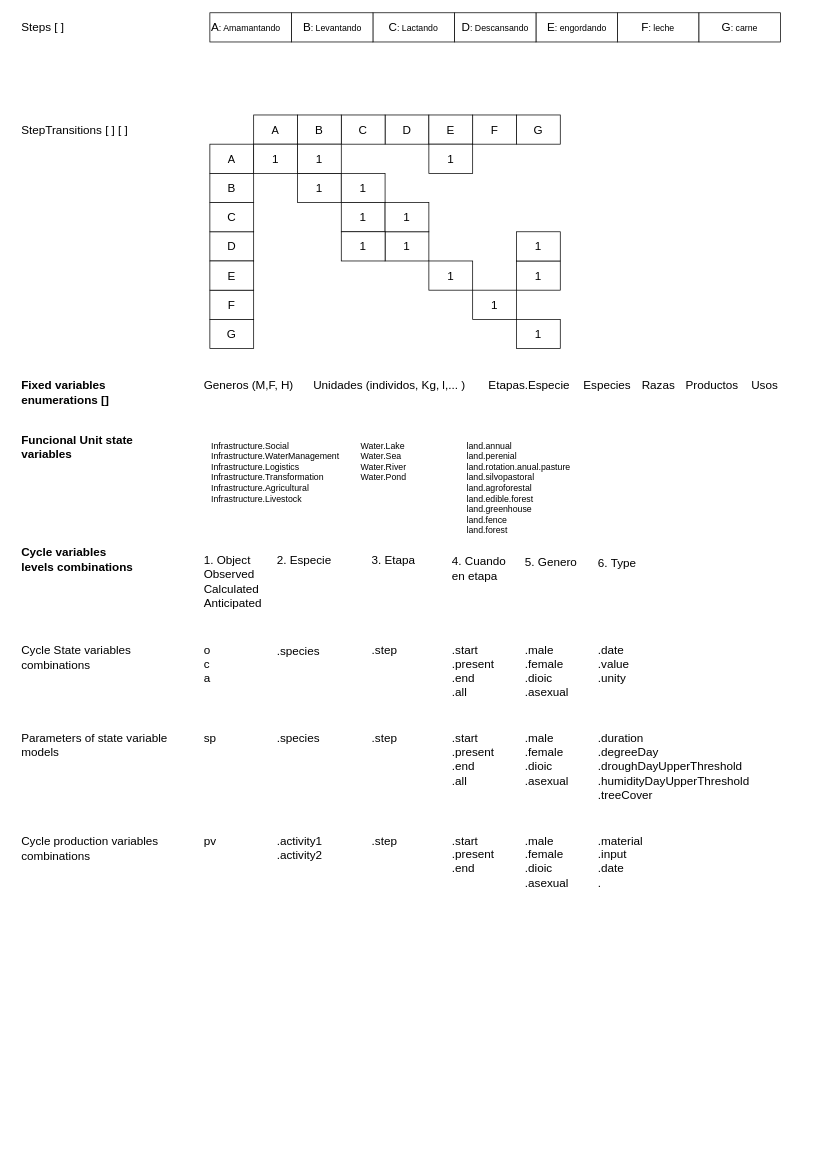
The draw.io diagram page "Genérico" (1 of 2) of CyclesModels.drawio in stdupas/app.agromaker, before the edit. Source tidied: cells renumbered, new cells numbered last; positions are measured from the earlier drawing's top-left corner, leaving out a move shared by most shapes. Both pictures are drawn from the tidied source at 73%, with x=0, y=0 at pixel (20, 12).
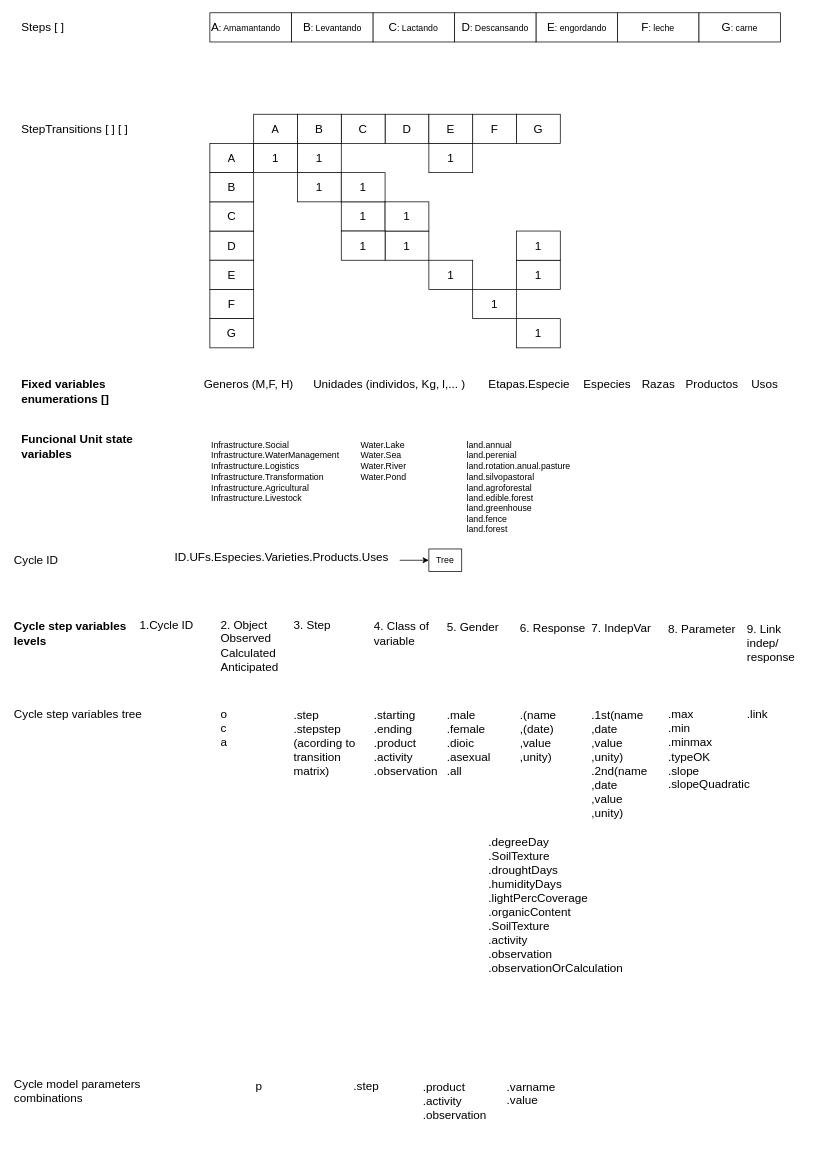
The same diagram, later.

Change to the diagram source:
```diff
@@
     <mxCell id="3" value="StepTransitions [ ] [ ]" style="text;html=1;strokeColor=none;fillColor=none;align=left;verticalAlign=middle;whiteSpace=wrap;rounded=0;fontSize=16;" parent="1" vertex="1">
-      <mxGeometry y="150" width="180" height="20" as="geometry" />
+      <mxGeometry y="149" width="180" height="20" as="geometry" />
     </mxCell>
     <mxCell id="4" value="&lt;div&gt;Fixed variables&lt;/div&gt;&lt;div&gt;enumerations [] &lt;/div&gt;" style="text;html=1;strokeColor=none;fillColor=none;align=left;verticalAlign=middle;whiteSpace=wrap;rounded=0;fontSize=16;fontStyle=1;" parent="1" vertex="1">
-      <mxGeometry y="500" width="200" height="40" as="geometry" />
+      <mxGeometry y="499" width="200" height="40" as="geometry" />
     </mxCell>
     <mxCell id="5" value="Generos (M,F, H)" style="text;html=1;strokeColor=none;fillColor=none;align=left;verticalAlign=middle;whiteSpace=wrap;rounded=0;fontSize=16;" parent="1" vertex="1">
-      <mxGeometry x="250" y="500" width="150" height="20" as="geometry" />
+      <mxGeometry x="250" y="499" width="150" height="20" as="geometry" />
     </mxCell>
     <mxCell id="6" value="Unidades (individos, Kg, l,... )" style="text;html=1;strokeColor=none;fillColor=none;align=left;verticalAlign=middle;whiteSpace=wrap;rounded=0;fontSize=16;" parent="1" vertex="1">
-      <mxGeometry x="400" y="500" width="230" height="20" as="geometry" />
+      <mxGeometry x="400" y="499" width="230" height="20" as="geometry" />
     </mxCell>
-    <mxCell id="7" value="Cycle variables levels combinations" style="text;html=1;strokeColor=none;fillColor=none;align=left;verticalAlign=middle;whiteSpace=wrap;rounded=0;fontSize=16;fontStyle=1;" parent="1" vertex="1">
-      <mxGeometry y="734" width="160" height="30" as="geometry" />
+    <mxCell id="7" value="Cycle step variables levels " style="text;html=1;strokeColor=none;fillColor=none;align=left;verticalAlign=middle;whiteSpace=wrap;rounded=0;fontSize=16;fontStyle=1;" parent="1" vertex="1">
+      <mxGeometry x="-10" y="835" width="160" height="30" as="geometry" />
     </mxCell>
     <mxCell id="8" style="group;" parent="1" vertex="1">
-      <mxGeometry x="260" y="140" width="480" height="320" as="geometry" />
+      <mxGeometry x="260" y="139" width="480" height="320" as="geometry" />
     </mxCell>
@@
     <mxCell id="47" value="&lt;div style=&quot;font-size: 16px;&quot;&gt;o&lt;/div&gt;&lt;div style=&quot;font-size: 16px;&quot;&gt;c&lt;/div&gt;&lt;div style=&quot;font-size: 16px;&quot;&gt;a&lt;br style=&quot;font-size: 16px;&quot;&gt;&lt;/div&gt;" style="text;whiteSpace=wrap;html=1;fontSize=16;verticalAlign=top;" parent="1" vertex="1">
-      <mxGeometry x="250" y="857" width="100" height="90" as="geometry" />
+      <mxGeometry x="272.8" y="945" width="100" height="90" as="geometry" />
     </mxCell>
-    <mxCell id="48" value=".step" style="text;whiteSpace=wrap;html=1;fontSize=16;verticalAlign=top;" parent="1" vertex="1">
-      <mxGeometry x="480" y="857" width="100" height="90" as="geometry" />
+    <mxCell id="48" value="&lt;div&gt;.step&lt;/div&gt;&lt;div&gt;.stepstep (acording to transition matrix)&lt;br&gt;&lt;/div&gt;" style="text;whiteSpace=wrap;html=1;fontSize=16;verticalAlign=top;" parent="1" vertex="1">
+      <mxGeometry x="372.8" y="946" width="100" height="90" as="geometry" />
     </mxCell>
-    <mxCell id="49" value="&lt;div&gt;.start&lt;/div&gt;&lt;div&gt;.present&lt;/div&gt;&lt;div&gt;.end&lt;/div&gt;&lt;div&gt;.all&lt;br&gt;&lt;/div&gt;" style="text;whiteSpace=wrap;html=1;fontSize=16;verticalAlign=top;" parent="1" vertex="1">
-      <mxGeometry x="590" y="857" width="100" height="90" as="geometry" />
+    <mxCell id="49" value="&lt;div&gt;.starting&lt;/div&gt;.ending&lt;div&gt;.product&lt;/div&gt;&lt;div&gt;.activity&lt;/div&gt;&lt;div&gt;.observation&lt;/div&gt;" style="text;whiteSpace=wrap;html=1;fontSize=16;verticalAlign=top;" parent="1" vertex="1">
+      <mxGeometry x="482.8" y="946" width="100" height="113" as="geometry" />
     </mxCell>
-    <mxCell id="50" value="&lt;div&gt;.male&lt;/div&gt;&lt;div&gt;.female&lt;br&gt;&lt;/div&gt;&lt;div&gt;.dioic&lt;/div&gt;&lt;div&gt;.asexual&lt;br&gt;&lt;/div&gt;" style="text;whiteSpace=wrap;html=1;fontSize=16;verticalAlign=top;" parent="1" vertex="1">
-      <mxGeometry x="690" y="857" width="100" height="80" as="geometry" />
+    <mxCell id="50" value="&lt;div&gt;.male&lt;/div&gt;&lt;div&gt;.female&lt;br&gt;&lt;/div&gt;&lt;div&gt;.dioic&lt;/div&gt;&lt;div&gt;.asexual&lt;/div&gt;&lt;div&gt;.all&lt;br&gt;&lt;/div&gt;" style="text;whiteSpace=wrap;html=1;fontSize=16;verticalAlign=top;" parent="1" vertex="1">
+      <mxGeometry x="582.8" y="946" width="100" height="80" as="geometry" />
     </mxCell>
-    <mxCell id="51" value="&lt;div&gt;.date&lt;/div&gt;&lt;div&gt;.value&lt;/div&gt;&lt;div&gt;.unity&lt;br&gt;&lt;/div&gt;" style="text;whiteSpace=wrap;html=1;fontSize=16;verticalAlign=top;" parent="1" vertex="1">
-      <mxGeometry x="790" y="857" width="100" height="80" as="geometry" />
+    <mxCell id="51" value="&lt;div&gt;.(name&lt;br&gt;&lt;/div&gt;&lt;div&gt;,(date)&lt;/div&gt;&lt;div&gt;,value&lt;/div&gt;&lt;div&gt;,unity)&lt;br&gt;&lt;/div&gt;" style="text;whiteSpace=wrap;html=1;fontSize=16;verticalAlign=top;" parent="1" vertex="1">
+      <mxGeometry x="682.8" y="946" width="100" height="80" as="geometry" />
     </mxCell>
-    <mxCell id="52" value="Cycle State variables combinations" style="text;html=1;strokeColor=none;fillColor=none;align=left;verticalAlign=middle;whiteSpace=wrap;rounded=0;fontSize=16;" parent="1" vertex="1">
-      <mxGeometry y="868" width="220" height="30" as="geometry" />
+    <mxCell id="52" value="Cycle step variables tree" style="text;html=1;strokeColor=none;fillColor=none;align=left;verticalAlign=middle;whiteSpace=wrap;rounded=0;fontSize=16;" parent="1" vertex="1">
+      <mxGeometry x="-10" y="946" width="220" height="30" as="geometry" />
     </mxCell>
-    <mxCell id="53" value="Parameters of state variable models" style="text;html=1;strokeColor=none;fillColor=none;align=left;verticalAlign=middle;whiteSpace=wrap;rounded=0;fontSize=16;" parent="1" vertex="1">
-      <mxGeometry y="988" width="220" height="30" as="geometry" />
-    </mxCell>
-    <mxCell id="54" value="sp" style="text;whiteSpace=wrap;html=1;fontSize=16;verticalAlign=top;" parent="1" vertex="1">
-      <mxGeometry x="250" y="978" width="60" height="60" as="geometry" />
-    </mxCell>
-    <mxCell id="55" value=".step" style="text;whiteSpace=wrap;html=1;fontSize=16;verticalAlign=top;" parent="1" vertex="1">
-      <mxGeometry x="480" y="978" width="100" height="90" as="geometry" />
-    </mxCell>
-    <mxCell id="56" value="&lt;div&gt;.start&lt;/div&gt;&lt;div&gt;.present&lt;/div&gt;&lt;div&gt;.end&lt;/div&gt;&lt;div&gt;.all&lt;br&gt;&lt;/div&gt;" style="text;whiteSpace=wrap;html=1;fontSize=16;verticalAlign=top;" parent="1" vertex="1">
-      <mxGeometry x="590" y="978" width="100" height="90" as="geometry" />
-    </mxCell>
-    <mxCell id="57" value="&lt;div&gt;.male&lt;/div&gt;&lt;div&gt;.female&lt;br&gt;&lt;/div&gt;&lt;div&gt;.dioic&lt;/div&gt;&lt;div&gt;.asexual&lt;br&gt;&lt;/div&gt;" style="text;whiteSpace=wrap;html=1;fontSize=16;verticalAlign=top;" parent="1" vertex="1">
-      <mxGeometry x="690" y="978" width="100" height="80" as="geometry" />
-    </mxCell>
-    <mxCell id="58" value="&lt;div&gt;.duration&lt;/div&gt;&lt;div&gt;.degreeDay&lt;/div&gt;&lt;div&gt;.droughDayUpperThreshold&lt;/div&gt;&lt;div&gt;.humidityDayUpperThreshold&lt;/div&gt;&lt;div&gt;.treeCover&lt;br&gt;&lt;/div&gt;" style="text;whiteSpace=wrap;html=1;fontSize=16;verticalAlign=top;" parent="1" vertex="1">
-      <mxGeometry x="790" y="978" width="100" height="80" as="geometry" />
+    <mxCell id="58" value="&lt;div&gt;.max&lt;/div&gt;&lt;div&gt;.min&lt;/div&gt;&lt;div&gt;.minmax&lt;/div&gt;.typeOK&lt;br&gt;&lt;div&gt;&lt;div&gt;.slope&lt;/div&gt;&lt;div&gt;.slopeQuadratic&lt;br&gt;&lt;/div&gt;&lt;/div&gt;" style="text;whiteSpace=wrap;html=1;fontSize=16;verticalAlign=top;" parent="1" vertex="1">
+      <mxGeometry x="885.8" y="945" width="90" height="155.5" as="geometry" />
     </mxCell>
-    <mxCell id="59" value="Cycle production variables combinations" style="text;html=1;strokeColor=none;fillColor=none;align=left;verticalAlign=middle;whiteSpace=wrap;rounded=0;fontSize=16;" parent="1" vertex="1">
-      <mxGeometry y="1130" width="220" height="30" as="geometry" />
-    </mxCell>
-    <mxCell id="60" value="pv" style="text;whiteSpace=wrap;html=1;fontSize=16;verticalAlign=top;" parent="1" vertex="1">
-      <mxGeometry x="250" y="1119" width="100" height="90" as="geometry" />
-    </mxCell>
-    <mxCell id="61" value=".step" style="text;whiteSpace=wrap;html=1;fontSize=16;verticalAlign=top;" parent="1" vertex="1">
-      <mxGeometry x="480" y="1118" width="100" height="90" as="geometry" />
-    </mxCell>
-    <mxCell id="62" value="&lt;div&gt;.start&lt;/div&gt;&lt;div&gt;.present&lt;/div&gt;&lt;div&gt;.end&lt;br&gt;&lt;/div&gt;" style="text;whiteSpace=wrap;html=1;fontSize=16;verticalAlign=top;" parent="1" vertex="1">
-      <mxGeometry x="590" y="1118" width="100" height="90" as="geometry" />
-    </mxCell>
-    <mxCell id="63" value="&lt;div&gt;.male&lt;/div&gt;&lt;div&gt;.female&lt;br&gt;&lt;/div&gt;&lt;div&gt;.dioic&lt;/div&gt;&lt;div&gt;.asexual&lt;br&gt;&lt;/div&gt;" style="text;whiteSpace=wrap;html=1;fontSize=16;verticalAlign=top;" parent="1" vertex="1">
-      <mxGeometry x="690" y="1118" width="100" height="80" as="geometry" />
-    </mxCell>
-    <mxCell id="64" value="&lt;div&gt;.material&lt;/div&gt;&lt;div&gt;.input&lt;/div&gt;&lt;div&gt;.date&lt;/div&gt;&lt;div&gt;.&lt;br&gt;&lt;/div&gt;" style="text;whiteSpace=wrap;html=1;fontSize=16;verticalAlign=top;" parent="1" vertex="1">
-      <mxGeometry x="790" y="1118" width="100" height="80" as="geometry" />
-    </mxCell>
     <mxCell id="65" value="Etapas.Especie" style="text;html=1;strokeColor=none;fillColor=none;align=left;verticalAlign=middle;whiteSpace=wrap;rounded=0;fontSize=16;" parent="1" vertex="1">
-      <mxGeometry x="640" y="500" width="100" height="20" as="geometry" />
+      <mxGeometry x="640" y="499" width="120" height="20" as="geometry" />
     </mxCell>
     <mxCell id="66" value="Especies" style="text;html=1;strokeColor=none;fillColor=none;align=left;verticalAlign=middle;whiteSpace=wrap;rounded=0;fontSize=16;" parent="1" vertex="1">
-      <mxGeometry x="770" y="500" width="100" height="20" as="geometry" />
+      <mxGeometry x="770" y="499" width="100" height="20" as="geometry" />
     </mxCell>
-    <mxCell id="67" value="2. Especie" style="text;html=1;strokeColor=none;fillColor=none;align=left;verticalAlign=middle;whiteSpace=wrap;rounded=0;fontSize=16;" parent="1" vertex="1">
-      <mxGeometry x="350" y="730" width="100" height="38" as="geometry" />
-    </mxCell>
-    <mxCell id="68" value=".species" style="text;whiteSpace=wrap;html=1;fontSize=16;verticalAlign=top;" parent="1" vertex="1">
-      <mxGeometry x="350" y="858" width="100" height="99" as="geometry" />
-    </mxCell>
-    <mxCell id="69" value=".species" style="text;whiteSpace=wrap;html=1;fontSize=16;verticalAlign=top;" parent="1" vertex="1">
-      <mxGeometry x="350" y="978" width="100" height="90" as="geometry" />
-    </mxCell>
-    <mxCell id="70" value="&lt;div&gt;.activity1&lt;/div&gt;&lt;div&gt;.activity2&lt;br&gt;&lt;/div&gt;" style="text;whiteSpace=wrap;html=1;fontSize=16;verticalAlign=top;" parent="1" vertex="1">
-      <mxGeometry x="350" y="1119" width="100" height="90" as="geometry" />
-    </mxCell>
     <mxCell id="71" value="Razas" style="text;html=1;strokeColor=none;fillColor=none;align=left;verticalAlign=middle;whiteSpace=wrap;rounded=0;fontSize=16;" parent="1" vertex="1">
-      <mxGeometry x="850" y="500" width="100" height="20" as="geometry" />
+      <mxGeometry x="850" y="499" width="100" height="20" as="geometry" />
     </mxCell>
     <mxCell id="72" value="Productos" style="text;html=1;strokeColor=none;fillColor=none;align=left;verticalAlign=middle;whiteSpace=wrap;rounded=0;fontSize=16;" parent="1" vertex="1">
-      <mxGeometry x="910" y="500" width="100" height="20" as="geometry" />
+      <mxGeometry x="910" y="499" width="100" height="20" as="geometry" />
     </mxCell>
     <mxCell id="73" value="Usos" style="text;html=1;strokeColor=none;fillColor=none;align=left;verticalAlign=middle;whiteSpace=wrap;rounded=0;fontSize=16;" parent="1" vertex="1">
-      <mxGeometry x="1000" y="500" width="70" height="20" as="geometry" />
+      <mxGeometry x="1000" y="499" width="70" height="20" as="geometry" />
     </mxCell>
     <mxCell id="74" value="Funcional Unit state variables" style="text;html=1;strokeColor=none;fillColor=none;align=left;verticalAlign=middle;whiteSpace=wrap;rounded=0;fontSize=16;fontStyle=1;" parent="1" vertex="1">
-      <mxGeometry y="580" width="220" height="30" as="geometry" />
+      <mxGeometry y="579" width="220" height="30" as="geometry" />
     </mxCell>
     <mxCell id="75" value="&lt;div&gt;Infrastructure.Social &lt;br&gt;&lt;/div&gt;&lt;div&gt;Infrastructure.WaterManagement &lt;br&gt;&lt;/div&gt;&lt;div&gt;Infrastructure.Logistics &lt;br&gt;&lt;/div&gt;&lt;div&gt;Infrastructure.Transformation &lt;br&gt;&lt;/div&gt;&lt;div&gt;Infrastructure.Agricultural &lt;br&gt;&lt;/div&gt;&lt;div&gt;Infrastructure.Livestock&lt;/div&gt;" style="text;whiteSpace=wrap;html=1;" parent="1" vertex="1">
-      <mxGeometry x="260" y="580" width="120" height="110" as="geometry" />
+      <mxGeometry x="260" y="579" width="120" height="110" as="geometry" />
     </mxCell>
     <mxCell id="76" value="&lt;div&gt;Water.Lake &lt;br&gt;&lt;/div&gt;Water.Sea&lt;div&gt;Water.River&lt;/div&gt;&lt;div&gt;Water.Pond&lt;/div&gt;" style="text;whiteSpace=wrap;html=1;" parent="1" vertex="1">
-      <mxGeometry x="465" y="580" width="120" height="110" as="geometry" />
+      <mxGeometry x="465" y="579" width="120" height="110" as="geometry" />
     </mxCell>
     <mxCell id="77" value="&lt;div&gt;land.annual&lt;/div&gt;&lt;div&gt;land.perenial&lt;div&gt;land.rotation.anual.pasture&lt;/div&gt;&lt;div&gt;land.silvopastoral&lt;/div&gt;land.agroforestal&lt;/div&gt;&lt;div&gt;land.edible.forest&lt;div&gt;land.greenhouse&lt;/div&gt;&lt;div&gt;land.fence&lt;/div&gt;&lt;div&gt;land.forest&lt;/div&gt;&lt;div&gt;&lt;br&gt;&lt;div&gt;&lt;br&gt;&lt;br&gt;&lt;/div&gt;&lt;/div&gt;&lt;div&gt;&lt;br&gt;&lt;br&gt;&lt;/div&gt;&lt;br&gt;&lt;br&gt;&lt;/div&gt;" style="text;whiteSpace=wrap;html=1;" parent="1" vertex="1">
-      <mxGeometry x="610" y="580" width="120" height="110" as="geometry" />
+      <mxGeometry x="610" y="579" width="120" height="110" as="geometry" />
     </mxCell>
-    <mxCell id="78" value="1. Object&lt;div&gt;&lt;div style=&quot;font-size: 16px;&quot;&gt;Observed&lt;/div&gt;&lt;div style=&quot;font-size: 16px;&quot;&gt;Calculated&lt;/div&gt;Anticipated&lt;/div&gt;" style="text;html=1;strokeColor=none;fillColor=none;align=left;verticalAlign=middle;whiteSpace=wrap;rounded=0;fontSize=16;" parent="1" vertex="1">
-      <mxGeometry x="250" y="738" width="100" height="82" as="geometry" />
+    <mxCell id="78" value="2. Object&lt;div&gt;&lt;div style=&quot;font-size: 16px;&quot;&gt;Observed&lt;/div&gt;&lt;div style=&quot;font-size: 16px;&quot;&gt;Calculated&lt;/div&gt;Anticipated&lt;/div&gt;" style="text;html=1;strokeColor=none;fillColor=none;align=left;verticalAlign=middle;whiteSpace=wrap;rounded=0;fontSize=16;" parent="1" vertex="1">
+      <mxGeometry x="272.8" y="826" width="100" height="82" as="geometry" />
     </mxCell>
-    <mxCell id="79" value="3. Etapa" style="text;html=1;strokeColor=none;fillColor=none;align=left;verticalAlign=middle;whiteSpace=wrap;rounded=0;fontSize=16;" parent="1" vertex="1">
-      <mxGeometry x="480" y="730" width="100" height="38" as="geometry" />
+    <mxCell id="79" value="3. Step" style="text;html=1;strokeColor=none;fillColor=none;align=left;verticalAlign=middle;whiteSpace=wrap;rounded=0;fontSize=16;" parent="1" vertex="1">
+      <mxGeometry x="372.8" y="819" width="100" height="38" as="geometry" />
     </mxCell>
-    <mxCell id="80" value="4. Cuando en etapa" style="text;html=1;strokeColor=none;fillColor=none;align=left;verticalAlign=middle;whiteSpace=wrap;rounded=0;fontSize=16;" parent="1" vertex="1">
-      <mxGeometry x="590" y="730" width="85" height="62" as="geometry" />
+    <mxCell id="80" value="4. Class of variable" style="text;html=1;strokeColor=none;fillColor=none;align=left;verticalAlign=middle;whiteSpace=wrap;rounded=0;fontSize=16;" parent="1" vertex="1">
+      <mxGeometry x="482.8" y="819" width="85" height="62" as="geometry" />
     </mxCell>
-    <mxCell id="81" value="5. Genero" style="text;html=1;strokeColor=none;fillColor=none;align=left;verticalAlign=middle;whiteSpace=wrap;rounded=0;fontSize=16;" parent="1" vertex="1">
-      <mxGeometry x="690" y="734" width="100" height="38" as="geometry" />
+    <mxCell id="81" value="5. Gender" style="text;html=1;strokeColor=none;fillColor=none;align=left;verticalAlign=middle;whiteSpace=wrap;rounded=0;fontSize=16;" parent="1" vertex="1">
+      <mxGeometry x="582.8" y="823" width="100" height="38" as="geometry" />
     </mxCell>
-    <mxCell id="82" value="6. Type " style="text;html=1;strokeColor=none;fillColor=none;align=left;verticalAlign=middle;whiteSpace=wrap;rounded=0;fontSize=16;" parent="1" vertex="1">
-      <mxGeometry x="790" y="738" width="100" height="32" as="geometry" />
+    <mxCell id="82" value="6. Response " style="text;html=1;strokeColor=none;fillColor=none;align=left;verticalAlign=middle;whiteSpace=wrap;rounded=0;fontSize=16;" parent="1" vertex="1">
+      <mxGeometry x="682.8" y="827" width="100" height="32" as="geometry" />
     </mxCell>
+    <mxCell id="83" value="Cycle ID" style="text;html=1;strokeColor=none;fillColor=none;align=left;verticalAlign=middle;whiteSpace=wrap;rounded=0;fontSize=16;" parent="1" vertex="1">
+      <mxGeometry x="-10" y="709" width="100" height="82" as="geometry" />
+    </mxCell>
+    <mxCell id="84" style="edgeStyle=orthogonalEdgeStyle;rounded=0;jettySize=auto;html=1;" parent="1" edge="1" source="85" target="86">
+      <mxGeometry relative="1" as="geometry" />
+    </mxCell>
+    <mxCell id="85" value="&lt;div style=&quot;font-size: 16px;&quot;&gt;ID.UFs.Especies.Varieties.Products.Uses&lt;br style=&quot;font-size: 16px;&quot;&gt;&lt;/div&gt;" style="text;whiteSpace=wrap;html=1;fontSize=16;verticalAlign=top;" parent="1" vertex="1">
+      <mxGeometry x="210" y="730" width="310" height="40" as="geometry" />
+    </mxCell>
+    <mxCell id="86" value="Tree" style="whiteSpace=wrap;html=1;" parent="1" vertex="1">
+      <mxGeometry x="560" y="734.5" width="45" height="31" as="geometry" />
+    </mxCell>
+    <mxCell id="87" value="1.Cycle ID" style="text;html=1;strokeColor=none;fillColor=none;align=left;verticalAlign=middle;whiteSpace=wrap;rounded=0;fontSize=16;" parent="1" vertex="1">
+      <mxGeometry x="162" y="797" width="100" height="82" as="geometry" />
+    </mxCell>
+    <mxCell id="88" value="Cycle model parameters combinations" style="text;html=1;strokeColor=none;fillColor=none;align=left;verticalAlign=middle;whiteSpace=wrap;rounded=0;fontSize=16;" parent="1" vertex="1">
+      <mxGeometry x="-10" y="1462" width="220" height="30" as="geometry" />
+    </mxCell>
+    <mxCell id="89" value="p" style="text;whiteSpace=wrap;html=1;fontSize=16;verticalAlign=top;" parent="1" vertex="1">
+      <mxGeometry x="320.8" y="1453.5" width="100" height="90" as="geometry" />
+    </mxCell>
+    <mxCell id="90" value=".step" style="text;whiteSpace=wrap;html=1;fontSize=16;verticalAlign=top;" parent="1" vertex="1">
+      <mxGeometry x="455" y="1453.5" width="100" height="90" as="geometry" />
+    </mxCell>
+    <mxCell id="91" value=".link " style="text;whiteSpace=wrap;html=1;fontSize=16;verticalAlign=top;" parent="1" vertex="1">
+      <mxGeometry x="993.8" y="945" width="60" height="52.5" as="geometry" />
+    </mxCell>
+    <mxCell id="92" value="&lt;div&gt;.varname&lt;/div&gt;&lt;div&gt;.value&lt;br&gt;&lt;/div&gt;" style="text;whiteSpace=wrap;html=1;fontSize=16;verticalAlign=top;" parent="1" vertex="1">
+      <mxGeometry x="665" y="1454.5" width="100" height="90" as="geometry" />
+    </mxCell>
+    <mxCell id="93" value="&lt;div&gt;.product&lt;/div&gt;&lt;div&gt;.activity&lt;/div&gt;&lt;div&gt;.observation&lt;/div&gt;" style="text;whiteSpace=wrap;html=1;fontSize=16;verticalAlign=top;" parent="1" vertex="1">
+      <mxGeometry x="550" y="1456" width="100" height="90" as="geometry" />
+    </mxCell>
+    <mxCell id="94" value="7. IndepVar" style="text;html=1;strokeColor=none;fillColor=none;align=left;verticalAlign=middle;whiteSpace=wrap;rounded=0;fontSize=16;" parent="1" vertex="1">
+      <mxGeometry x="780.8" y="827" width="100" height="32" as="geometry" />
+    </mxCell>
+    <mxCell id="95" value="8. Parameter " style="text;html=1;strokeColor=none;fillColor=none;align=left;verticalAlign=middle;whiteSpace=wrap;rounded=0;fontSize=16;" parent="1" vertex="1">
+      <mxGeometry x="885.8" y="827.5" width="100" height="32" as="geometry" />
+    </mxCell>
+    <mxCell id="96" value="&lt;div&gt;.degreeDay&lt;br&gt;&lt;/div&gt;&lt;div&gt;.SoilTexture&lt;/div&gt;&lt;div&gt;.droughtDays&lt;/div&gt;&lt;div&gt;.humidityDays&lt;/div&gt;&lt;div&gt;.lightPercCoverage&lt;/div&gt;&lt;div&gt;.organicContent&lt;/div&gt;&lt;div&gt;&lt;div&gt;.SoilTexture&lt;/div&gt;&lt;div&gt;.activity&lt;/div&gt;&lt;div&gt;.observation&lt;/div&gt;&lt;div&gt;.observationOrCalculation&lt;br&gt;&lt;/div&gt;&lt;/div&gt;" style="text;whiteSpace=wrap;html=1;fontSize=16;verticalAlign=top;" parent="1" vertex="1">
+      <mxGeometry x="640" y="1120" width="87" height="155.5" as="geometry" />
+    </mxCell>
+    <mxCell id="97" value="9. Link &lt;br&gt;indep/ response" style="text;html=1;strokeColor=none;fillColor=none;align=left;verticalAlign=middle;whiteSpace=wrap;rounded=0;fontSize=16;" parent="1" vertex="1">
+      <mxGeometry x="993.8" y="847" width="64.2" height="32" as="geometry" />
+    </mxCell>
+    <mxCell id="98" value="&lt;div&gt;.1st(name&lt;br&gt;&lt;/div&gt;&lt;div&gt;,date&lt;/div&gt;&lt;div&gt;,value&lt;/div&gt;&lt;div&gt;,unity)&lt;/div&gt;&lt;div&gt;&lt;div&gt;.2nd(name&lt;br&gt;&lt;/div&gt;&lt;div&gt;,date&lt;/div&gt;&lt;div&gt;,value&lt;/div&gt;,unity)&lt;/div&gt;" style="text;whiteSpace=wrap;html=1;fontSize=16;verticalAlign=top;" parent="1" vertex="1">
+      <mxGeometry x="780.8" y="946" width="100" height="80" as="geometry" />
+    </mxCell>
```
